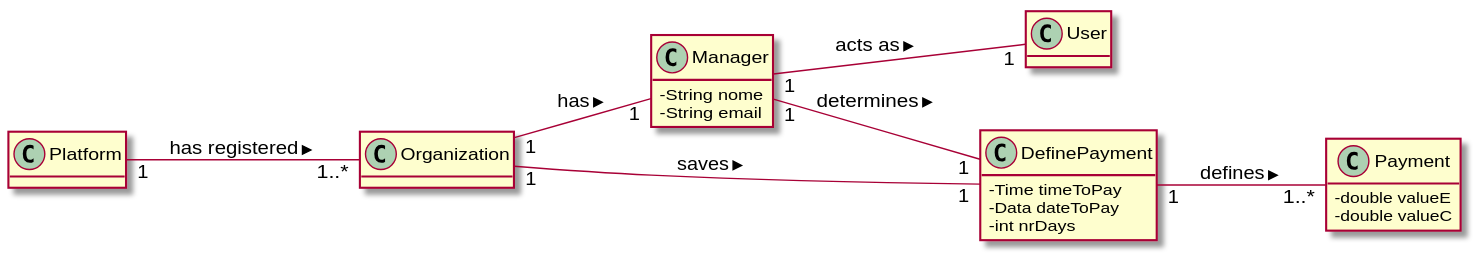
Before: docs/UC6 - Define Payment hour/UC6_MD.svg, a diagram exported from PlantUML (1190452/LAPR2).
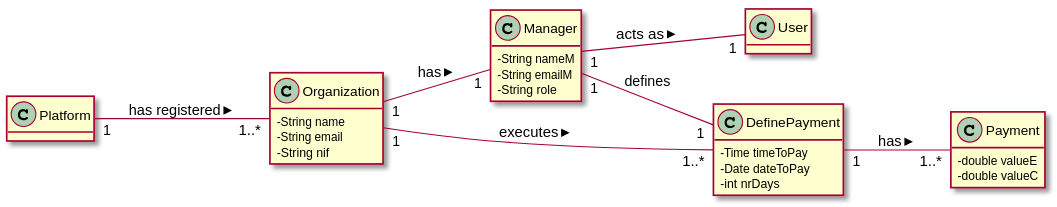
Later version of the same file.

Change to the diagram source:
```diff
@@ -3,17 +3,23 @@
 hide methods
 left to right direction
 
+class Platform{
+}
 
+class Organization {
+  -String name
+  -String email
+  -String nif
+}
 
 class Manager {
-  -String nome
-  -String email
+  -String nameM
+  -String emailM
+  -String role
 }
 
 class User {
 }
-
-
 
 class Payment{
   -double valueE
@@ -22,20 +28,15 @@
 
 class DefinePayment{
   -Time timeToPay
-  -Data dateToPay
+  -Date dateToPay
   -int nrDays
-}
-
-
+  }
 
 Platform "1" -- "1..*" Organization: has registered >
+Organization "1" -- "1" Manager: has >
+Organization "1" -- "1..*" DefinePayment: executes >
+Manager "1" -- "1" User: acts as >
+Manager "1" -- "1" DefinePayment: defines
+DefinePayment "1" -- "1..*" Payment: has >
 
-Organization "1" -- "1" Manager: has >
-Organization "1" -- "1" DefinePayment: saves >
-
-Manager "1" -- "1" User: acts as >
-Manager "1" -- "1" DefinePayment: determines >
-
-
-DefinePayment "1" -- "1..*" Payment: defines >
 @enduml
```
